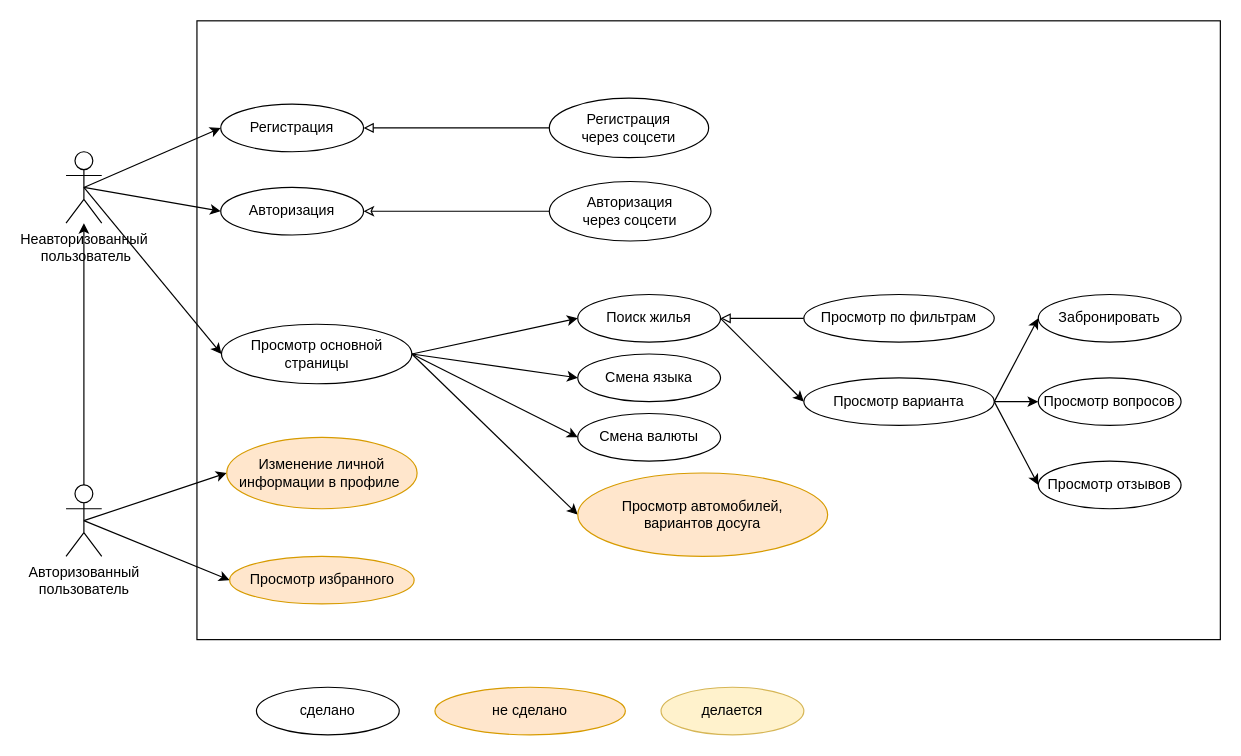
The draw.io diagram uml.drawio in david-d25/testing-labwork3, before the edit. Source tidied: cells renumbered, new cells numbered last; positions are measured from the earlier drawing's top-left corner, leaving out a move shared by most shapes. Both pictures are drawn from the tidied source at 119%, with x=0, y=0 at pixel (65, 20).
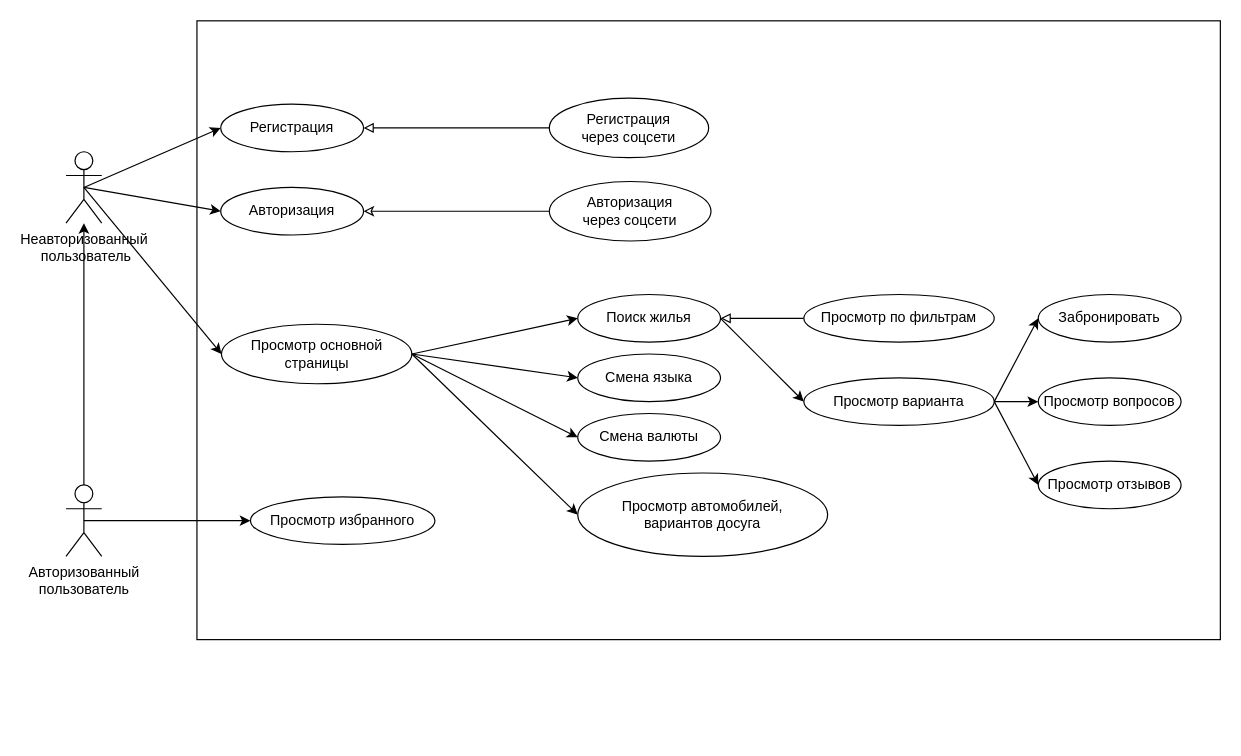
The same page after the edit.

Commit message (it also covers changes not shown here):
final but we know that not final, not at all

The change refers to these unchanged cells:
```xml
<mxCell id="10" value="Авторизованный&lt;br&gt;пользователь" style="shape=umlActor;verticalLabelPosition=bottom;verticalAlign=top;html=1;outlineConnect=0;" parent="1" vertex="1">
  <mxGeometry y="390" width="30" height="60" as="geometry" />
</mxCell>
```

Change to the diagram source:
```diff
@@
-    <mxCell id="8" style="edgeStyle=none;rounded=0;jettySize=auto;html=1;exitX=0.5;exitY=0.5;exitDx=0;exitDy=0;exitPerimeter=0;entryX=0;entryY=0.5;entryDx=0;entryDy=0;endArrow=classic;endFill=1;" parent="1" edge="1" source="10" target="15">
-      <mxGeometry relative="1" as="geometry" />
-    </mxCell>
@@
-    <mxCell id="15" value="Изменение личной информации в профиле&amp;nbsp;" style="ellipse;whiteSpace=wrap;html=1;fillColor=#ffe6cc;strokeColor=#d79b00;" parent="1" vertex="1">
-      <mxGeometry x="135" y="350" width="160" height="60" as="geometry" />
-    </mxCell>
@@
-    <mxCell id="25" value="Просмотр избранного" style="ellipse;whiteSpace=wrap;html=1;fillColor=#ffe6cc;strokeColor=#d79b00;" parent="1" vertex="1">
-      <mxGeometry x="137.5" y="450" width="155" height="40" as="geometry" />
+    <mxCell id="25" value="Просмотр избранного" style="ellipse;whiteSpace=wrap;html=1;" parent="1" vertex="1">
+      <mxGeometry x="155" y="400" width="155" height="40" as="geometry" />
     </mxCell>
@@
-    <mxCell id="30" value="Просмотр автомобилей,&lt;br&gt;вариантов досуга" style="ellipse;whiteSpace=wrap;html=1;fillColor=#ffe6cc;strokeColor=#d79b00;" parent="1" vertex="1">
+    <mxCell id="30" value="Просмотр автомобилей,&lt;br&gt;вариантов досуга" style="ellipse;whiteSpace=wrap;html=1;" parent="1" vertex="1">
       <mxGeometry x="430" y="380" width="210" height="70" as="geometry" />
     </mxCell>
@@
-    <mxCell id="38" value="не сделано" style="ellipse;whiteSpace=wrap;html=1;fillColor=#ffe6cc;strokeColor=#d79b00;" parent="1" vertex="1">
-      <mxGeometry x="310" y="560" width="160" height="40" as="geometry" />
-    </mxCell>
-    <mxCell id="39" value="делается" style="ellipse;whiteSpace=wrap;html=1;fillColor=#fff2cc;strokeColor=#d6b656;" parent="1" vertex="1">
-      <mxGeometry x="500" y="560" width="120" height="40" as="geometry" />
-    </mxCell>
-    <mxCell id="40" value="сделано" style="ellipse;whiteSpace=wrap;html=1;" parent="1" vertex="1">
-      <mxGeometry x="160" y="560" width="120" height="40" as="geometry" />
-    </mxCell>
```
